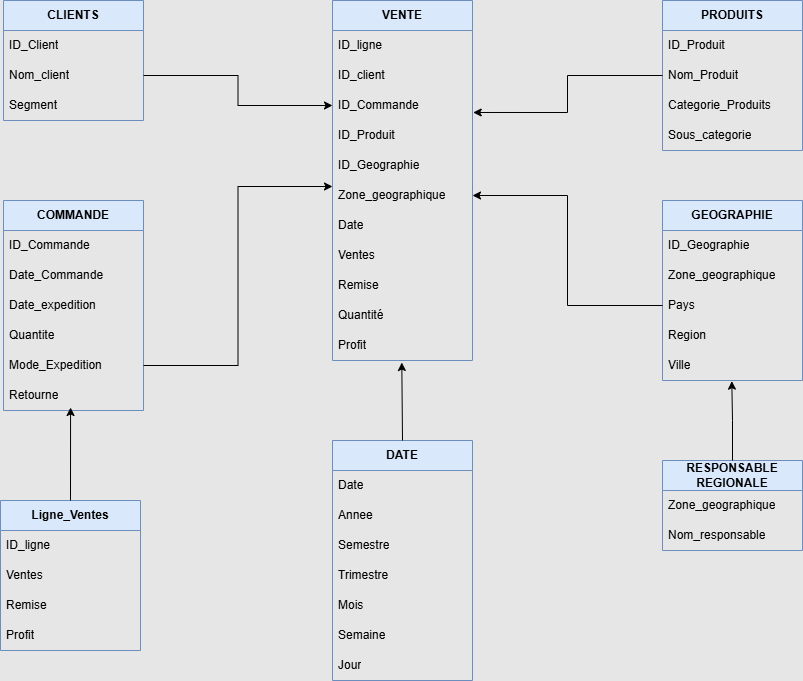
This is Hypermarket Project/Resources/HypermarketDatamart.drawio.png from christart-code/BI, a draw.io export, as it was before one commit. Source tidied: cells renumbered, new cells last; positions are measured from the earlier drawing's top-left corner, leaving out a move shared by most shapes.
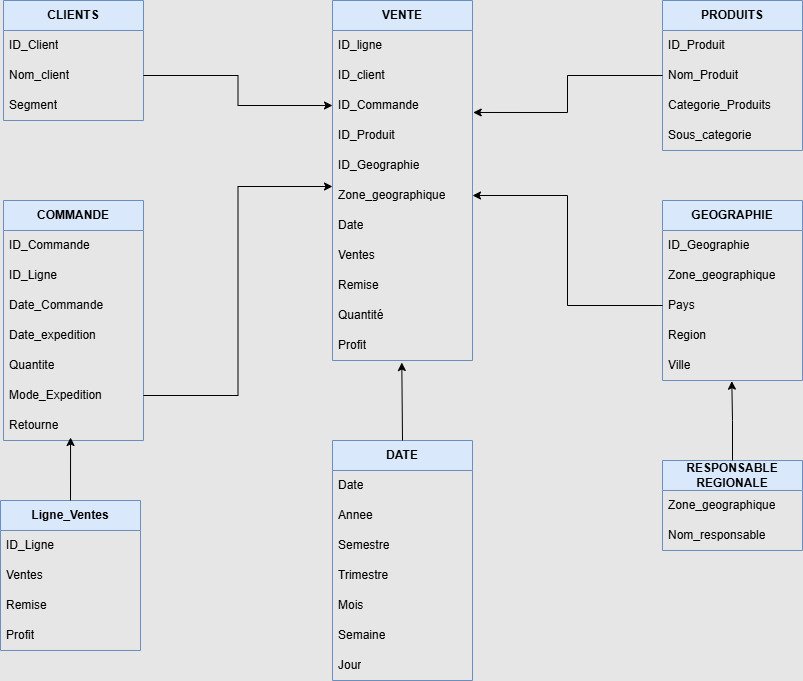
After the change.

Commit message:
Mettre à jour HypermarketDatamart.drawio.png

Diff of the diagram source:
```diff
@@ -66,25 +66,28 @@
       <mxGeometry y="120" width="140" height="30" as="geometry" />
     </mxCell>
     <mxCell id="23" value="COMMANDE" style="swimlane;fontStyle=1;horizontal=1;startSize=30;whiteSpace=wrap;html=1;fillColor=#dae8fc;strokeColor=#6c8ebf;" parent="1" vertex="1">
-      <mxGeometry x="3" y="200" width="140" height="210" as="geometry" />
+      <mxGeometry x="3" y="200" width="140" height="240" as="geometry" />
     </mxCell>
     <mxCell id="24" value="ID_Commande" style="text;strokeColor=none;fillColor=none;align=left;verticalAlign=middle;spacingLeft=4;spacingRight=4;overflow=hidden;whiteSpace=wrap;html=1;" parent="23" vertex="1">
       <mxGeometry y="30" width="140" height="30" as="geometry" />
     </mxCell>
+    <mxCell id="59" value="ID_Ligne" style="text;strokeColor=none;fillColor=none;align=left;verticalAlign=middle;spacingLeft=4;spacingRight=4;overflow=hidden;whiteSpace=wrap;html=1;" parent="23" vertex="1">
+      <mxGeometry y="60" width="140" height="30" as="geometry" />
+    </mxCell>
     <mxCell id="25" value="Date_Commande" style="text;strokeColor=none;fillColor=none;align=left;verticalAlign=middle;spacingLeft=4;spacingRight=4;overflow=hidden;whiteSpace=wrap;html=1;" parent="23" vertex="1">
-      <mxGeometry y="60" width="140" height="30" as="geometry" />
+      <mxGeometry y="90" width="140" height="30" as="geometry" />
     </mxCell>
     <mxCell id="26" value="Date_expedition" style="text;strokeColor=none;fillColor=none;align=left;verticalAlign=middle;spacingLeft=4;spacingRight=4;overflow=hidden;whiteSpace=wrap;html=1;" parent="23" vertex="1">
-      <mxGeometry y="90" width="140" height="30" as="geometry" />
+      <mxGeometry y="120" width="140" height="30" as="geometry" />
     </mxCell>
     <mxCell id="27" value="Quantite" style="text;strokeColor=none;fillColor=none;align=left;verticalAlign=middle;spacingLeft=4;spacingRight=4;overflow=hidden;whiteSpace=wrap;html=1;" parent="23" vertex="1">
-      <mxGeometry y="120" width="140" height="30" as="geometry" />
+      <mxGeometry y="150" width="140" height="30" as="geometry" />
     </mxCell>
     <mxCell id="28" value="Mode_Expedition" style="text;strokeColor=none;fillColor=none;align=left;verticalAlign=middle;spacingLeft=4;spacingRight=4;overflow=hidden;points=[[0,0.5],[1,0.5]];portConstraint=eastwest;whiteSpace=wrap;html=1;" parent="23" vertex="1">
-      <mxGeometry y="150" width="140" height="30" as="geometry" />
+      <mxGeometry y="180" width="140" height="30" as="geometry" />
     </mxCell>
     <mxCell id="29" value="Retourne" style="text;strokeColor=none;fillColor=none;align=left;verticalAlign=middle;spacingLeft=4;spacingRight=4;overflow=hidden;points=[[0,0.5],[1,0.5]];portConstraint=eastwest;whiteSpace=wrap;html=1;" parent="23" vertex="1">
-      <mxGeometry y="180" width="140" height="30" as="geometry" />
+      <mxGeometry y="210" width="140" height="30" as="geometry" />
     </mxCell>
     <mxCell id="30" value="GEOGRAPHIE" style="swimlane;fontStyle=1;horizontal=1;startSize=30;whiteSpace=wrap;html=1;fillColor=#dae8fc;strokeColor=#6c8ebf;" parent="1" vertex="1">
       <mxGeometry x="662" y="200" width="140" height="180" as="geometry" />
@@ -158,7 +161,7 @@
     <mxCell id="53" value="Ligne_Ventes" style="swimlane;fontStyle=1;horizontal=1;startSize=30;whiteSpace=wrap;html=1;fillColor=#dae8fc;strokeColor=#6c8ebf;" parent="1" vertex="1">
       <mxGeometry y="500" width="140" height="150" as="geometry" />
     </mxCell>
-    <mxCell id="54" value="ID_ligne" style="text;strokeColor=none;fillColor=none;align=left;verticalAlign=middle;spacingLeft=4;spacingRight=4;overflow=hidden;whiteSpace=wrap;html=1;" parent="53" vertex="1">
+    <mxCell id="54" value="ID_Ligne" style="text;strokeColor=none;fillColor=none;align=left;verticalAlign=middle;spacingLeft=4;spacingRight=4;overflow=hidden;whiteSpace=wrap;html=1;" parent="53" vertex="1">
       <mxGeometry y="30" width="140" height="30" as="geometry" />
     </mxCell>
     <mxCell id="55" value="Ventes" style="text;strokeColor=none;fillColor=none;align=left;verticalAlign=middle;spacingLeft=4;spacingRight=4;overflow=hidden;whiteSpace=wrap;html=1;" parent="53" vertex="1">
```
